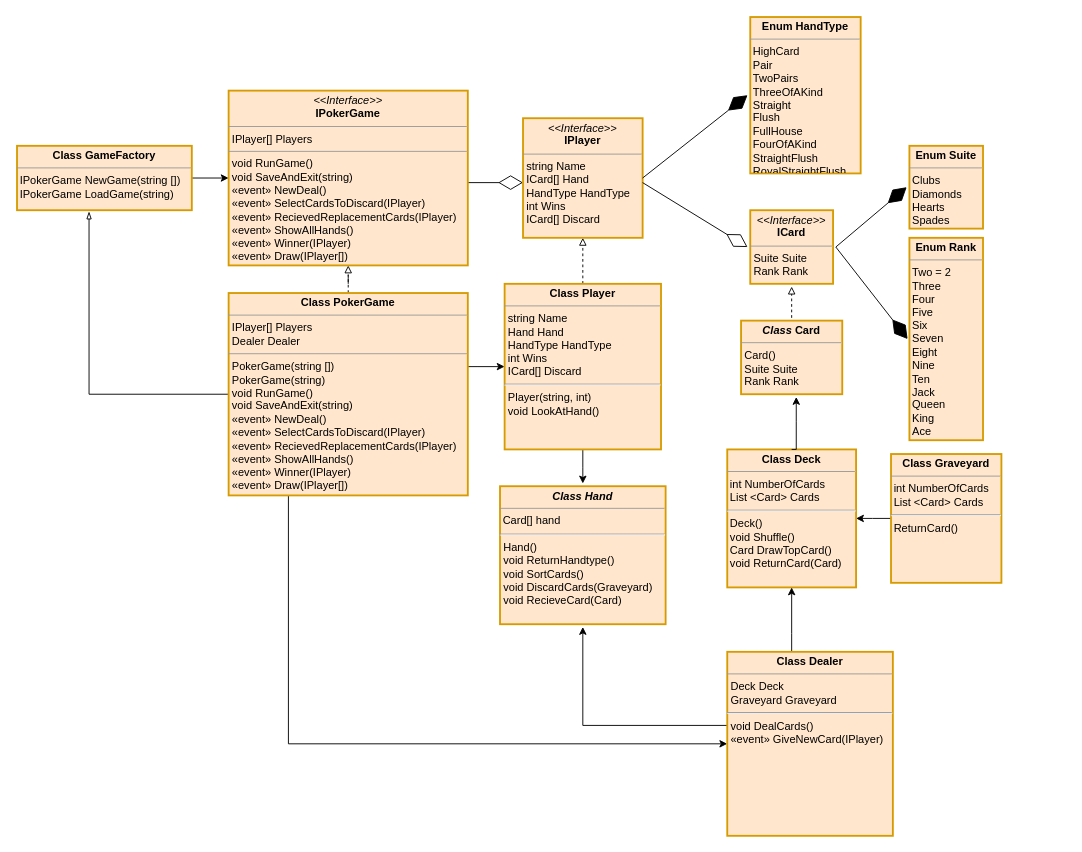
Before: Untitled Diagram.drawio in lucasohrn/PokerGame, a draw.io diagram. Source tidied: cells renumbered, new cells numbered last; positions are measured from the earlier drawing's top-left corner, leaving out a move shared by most shapes. Both pictures are drawn from the tidied source at 92%, with x=0, y=0 at pixel (17, 17).
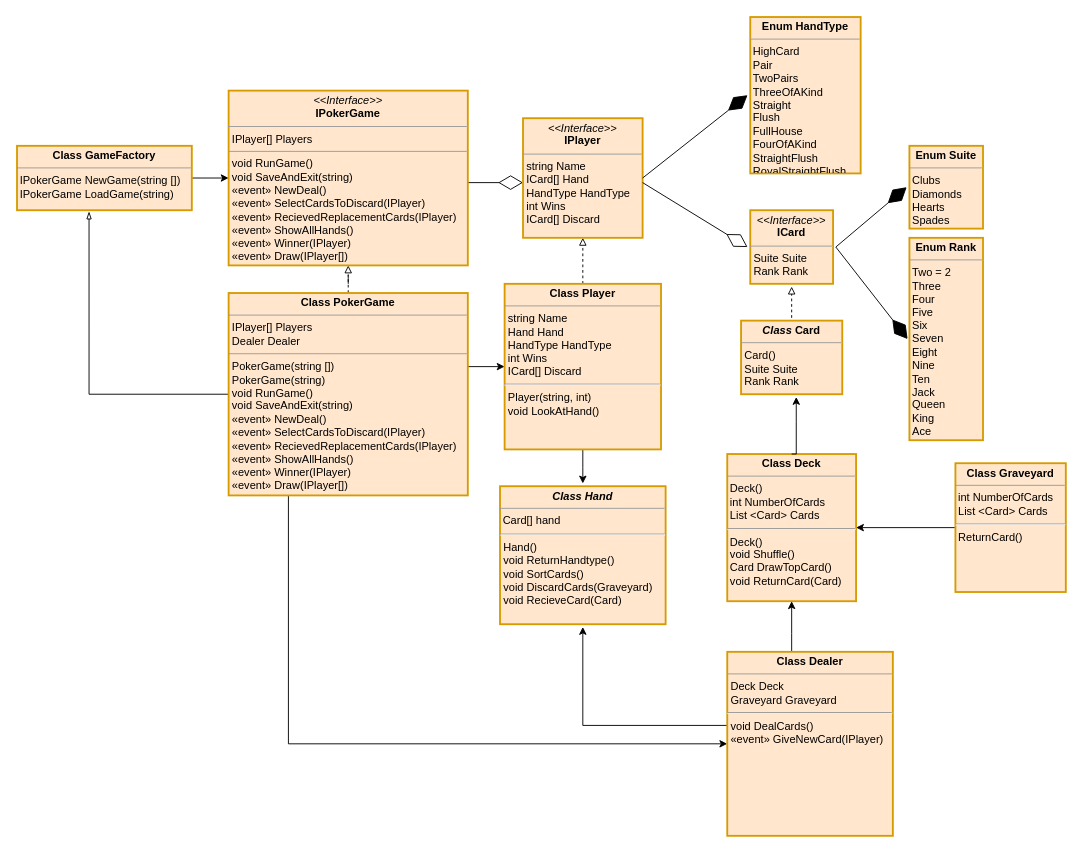
Above is the later version.

The edit, as a diff of the source:
```diff
@@
-    <mxCell id="18" value="&lt;p style=&quot;margin: 0px ; margin-top: 4px ; text-align: center&quot;&gt;&lt;b&gt;Class Deck&lt;/b&gt;&lt;/p&gt;&lt;hr size=&quot;1&quot;&gt;&amp;nbsp;int NumberOfCards&lt;br&gt;&amp;nbsp;List &amp;lt;Card&amp;gt; Cards&lt;br&gt;&lt;hr&gt;&amp;nbsp;Deck()&lt;br&gt;&amp;nbsp;void Shuffle()&lt;br&gt;&amp;nbsp;Card DrawTopCard()&lt;br&gt;&amp;nbsp;void ReturnCard(Card)&lt;br&gt;&lt;br&gt;&lt;div style=&quot;height: 2px&quot;&gt;&lt;/div&gt;" style="verticalAlign=top;align=left;overflow=fill;fontSize=12;fontFamily=Helvetica;html=1;fillColor=#ffe6cc;strokeColor=#d79b00;strokeWidth=2;fontColor=#000000;" parent="1" vertex="1">
-      <mxGeometry x="772" y="470" width="140" height="150" as="geometry" />
+    <mxCell id="18" value="&lt;p style=&quot;margin: 0px ; margin-top: 4px ; text-align: center&quot;&gt;&lt;b&gt;Class Deck&lt;/b&gt;&lt;/p&gt;&lt;hr size=&quot;1&quot;&gt;&amp;nbsp;Deck()&lt;br&gt;&amp;nbsp;int NumberOfCards&lt;br&gt;&amp;nbsp;List &amp;lt;Card&amp;gt; Cards&lt;br&gt;&lt;hr&gt;&amp;nbsp;Deck()&lt;br&gt;&amp;nbsp;void Shuffle()&lt;br&gt;&amp;nbsp;Card DrawTopCard()&lt;br&gt;&amp;nbsp;void ReturnCard(Card)&lt;br&gt;&lt;br&gt;&lt;div style=&quot;height: 2px&quot;&gt;&lt;/div&gt;" style="verticalAlign=top;align=left;overflow=fill;fontSize=12;fontFamily=Helvetica;html=1;fillColor=#ffe6cc;strokeColor=#d79b00;strokeWidth=2;fontColor=#000000;" parent="1" vertex="1">
+      <mxGeometry x="772" y="475" width="140" height="160" as="geometry" />
     </mxCell>
@@
-    <mxCell id="27" style="edgeStyle=orthogonalEdgeStyle;rounded=0;jettySize=auto;html=1;" parent="1" edge="1" source="28">
-      <mxGeometry relative="1" as="geometry">
-        <mxPoint x="912" y="545" as="targetPoint" />
-      </mxGeometry>
+    <mxCell id="27" style="edgeStyle=orthogonalEdgeStyle;rounded=0;jettySize=auto;html=1;entryX=1;entryY=0.5;entryDx=0;entryDy=0;" parent="1" edge="1" source="28" target="18">
+      <mxGeometry relative="1" as="geometry" />
     </mxCell>
     <mxCell id="28" value="&lt;p style=&quot;margin: 0px ; margin-top: 4px ; text-align: center&quot;&gt;&lt;b&gt;Class Graveyard&lt;/b&gt;&lt;/p&gt;&lt;hr size=&quot;1&quot;&gt;&amp;nbsp;int NumberOfCards&lt;br&gt;&amp;nbsp;List &amp;lt;Card&amp;gt; Cards&lt;br&gt;&lt;hr&gt;&amp;nbsp;ReturnCard()" style="verticalAlign=top;align=left;overflow=fill;fontSize=12;fontFamily=Helvetica;html=1;fillColor=#ffe6cc;strokeColor=#d79b00;strokeWidth=2;fontColor=#000000;" parent="1" vertex="1">
-      <mxGeometry x="950" y="475" width="120" height="140" as="geometry" />
+      <mxGeometry x="1020" y="485" width="120" height="140" as="geometry" />
     </mxCell>
```
